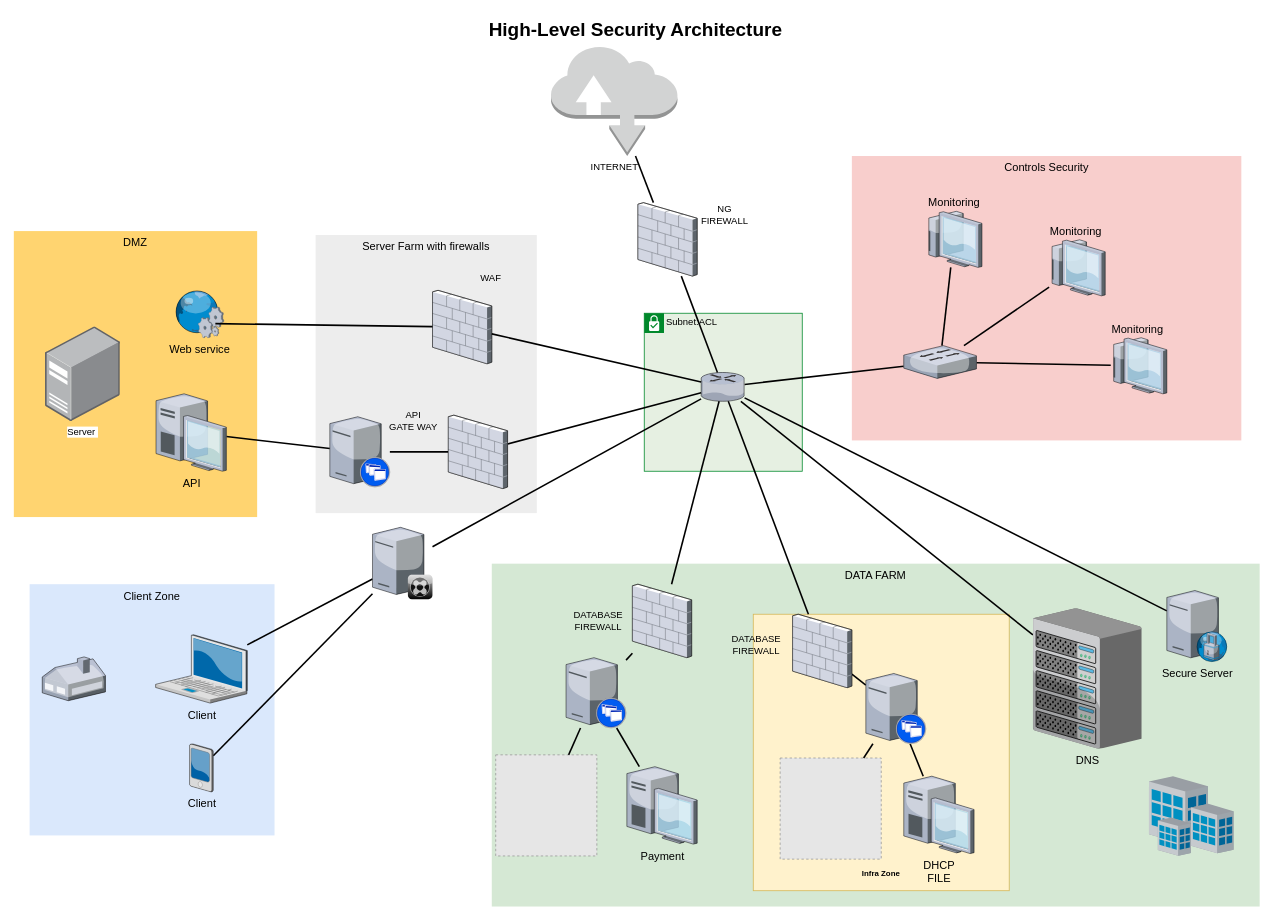
This is Biểu đồ không có tiêu đề.drawio from Sang-ATTN-UIT/High-Level-Security-Architecture-, a draw.io file, before an edit. Source tidied: cells renumbered, new cells numbered last; positions are measured from the earlier drawing's top-left corner, leaving out a move shared by most shapes. Both pictures are drawn from the tidied source at 79%, with x=0, y=0 at pixel (13, 13). Pictures stored in the file or linked from it are replaced by grey dashed boxes.
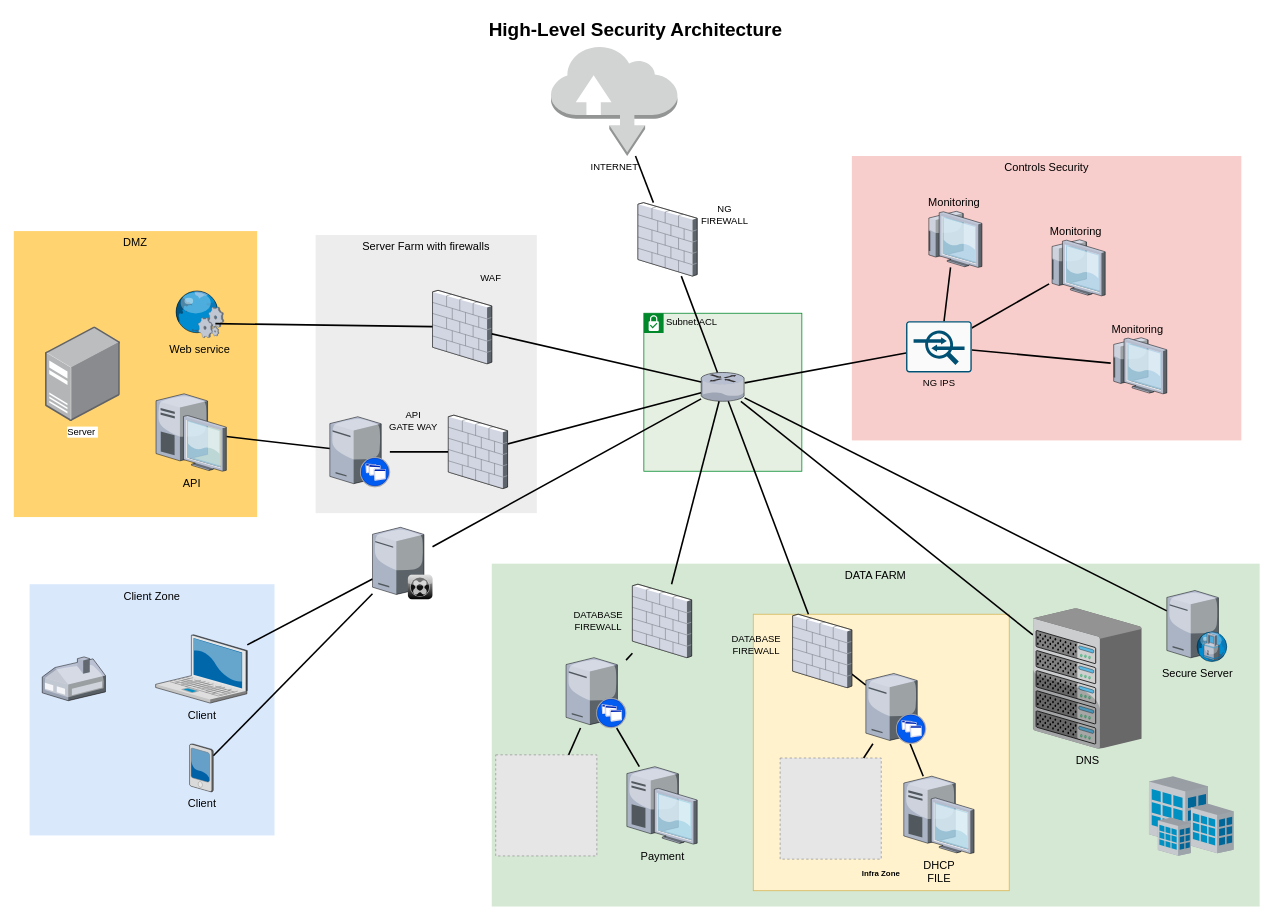
Above is the later version.

Commit message:
Chắc là Finall rồi

The change refers to these unchanged cells:
```xml
<mxCell id="25" style="verticalLabelPosition=bottom;html=1;verticalAlign=top;strokeColor=none;shape=mxgraph.citrix.router;fillColor=#66B2FF;gradientColor=#0066CC;fontSize=14;" parent="1" vertex="1">
  <mxGeometry x="870" y="454" width="55" height="36.5" as="geometry" />
</mxCell>
<mxCell id="39" value="Monitoring&amp;nbsp;" style="verticalLabelPosition=top;html=1;verticalAlign=bottom;strokeColor=none;shape=mxgraph.citrix.thin_client;fillColor=#66B2FF;gradientColor=#0066CC;fontSize=14;labelPosition=center;align=center;" parent="1" vertex="1">
  <mxGeometry x="1388.5" y="410" width="71" height="71" as="geometry" />
</mxCell>
<mxCell id="40" value="Monitoring&amp;nbsp;" style="verticalLabelPosition=top;html=1;verticalAlign=bottom;strokeColor=none;shape=mxgraph.citrix.thin_client;fillColor=#66B2FF;gradientColor=#0066CC;fontSize=14;labelPosition=center;align=center;" parent="1" vertex="1">
  <mxGeometry x="1310.5" y="286" width="71" height="71" as="geometry" />
</mxCell>
<mxCell id="41" value="Monitoring" style="verticalLabelPosition=top;html=1;verticalAlign=bottom;strokeColor=none;shape=mxgraph.citrix.thin_client;fillColor=#66B2FF;gradientColor=#0066CC;fontSize=14;labelPosition=center;align=center;" parent="1" vertex="1">
  <mxGeometry x="1154.5" y="250" width="71" height="71" as="geometry" />
</mxCell>
```

What changed in the source:
```diff
@@
     <mxCell id="4" value="Subnet:ACL" style="shape=mxgraph.ibm.box;prType=subnet;fontStyle=0;verticalAlign=top;align=left;spacingLeft=32;spacingTop=4;fillColor=#E6F0E2;rounded=0;whiteSpace=wrap;html=1;strokeColor=#00882B;strokeWidth=1;dashed=0;spacing=-4;" parent="1" vertex="1">
-      <mxGeometry x="798" y="379" width="200" height="200" as="geometry" />
+      <mxGeometry x="797.5" y="379" width="200" height="200" as="geometry" />
     </mxCell>
@@
-    <mxCell id="23" style="edgeStyle=none;rounded=0;html=1;startSize=10;endSize=10;jettySize=auto;fontSize=14;endArrow=none;endFill=0;strokeWidth=2;" parent="1" edge="1" source="25" target="38">
+    <mxCell id="23" style="edgeStyle=none;rounded=0;html=1;startSize=10;endSize=10;jettySize=auto;fontSize=14;endArrow=none;endFill=0;strokeWidth=2;" parent="1" edge="1" source="25" target="67">
       <mxGeometry relative="1" as="geometry" />
     </mxCell>
@@
-    <mxCell id="35" style="edgeStyle=none;rounded=0;html=1;startSize=10;endSize=10;jettySize=auto;fontSize=14;endArrow=none;endFill=0;strokeWidth=2;" parent="1" edge="1" source="38" target="41">
+    <mxCell id="35" style="edgeStyle=none;rounded=0;html=1;startSize=10;endSize=10;jettySize=auto;fontSize=14;endArrow=none;endFill=0;strokeWidth=2;exitX=0.537;exitY=0.436;exitDx=0;exitDy=0;exitPerimeter=0;" parent="1" edge="1" source="67" target="41">
       <mxGeometry relative="1" as="geometry" />
     </mxCell>
-    <mxCell id="36" style="edgeStyle=none;rounded=0;html=1;startSize=10;endSize=10;jettySize=auto;fontSize=14;endArrow=none;endFill=0;strokeWidth=2;" parent="1" edge="1" source="38" target="40">
+    <mxCell id="36" style="edgeStyle=none;rounded=0;html=1;startSize=10;endSize=10;jettySize=auto;fontSize=14;endArrow=none;endFill=0;strokeWidth=2;" parent="1" edge="1" source="67" target="40">
       <mxGeometry relative="1" as="geometry" />
     </mxCell>
-    <mxCell id="37" style="edgeStyle=none;rounded=0;html=1;startSize=10;endSize=10;jettySize=auto;fontSize=14;endArrow=none;endFill=0;strokeWidth=2;" parent="1" edge="1" source="38" target="39">
+    <mxCell id="37" style="edgeStyle=none;rounded=0;html=1;startSize=10;endSize=10;jettySize=auto;fontSize=14;endArrow=none;endFill=0;strokeWidth=2;" parent="1" edge="1" source="67" target="39">
       <mxGeometry relative="1" as="geometry" />
     </mxCell>
-    <mxCell id="38" style="verticalLabelPosition=bottom;html=1;verticalAlign=top;strokeColor=none;shape=mxgraph.citrix.switch;fillColor=#66B2FF;gradientColor=#0066CC;fontSize=14;" parent="1" vertex="1">
-      <mxGeometry x="1126.5" y="420" width="92" height="41.5" as="geometry" />
-    </mxCell>
@@
+    <mxCell id="67" value="NG&amp;nbsp;IPS" style="sketch=0;points=[[0.015,0.015,0],[0.985,0.015,0],[0.985,0.985,0],[0.015,0.985,0],[0.25,0,0],[0.5,0,0],[0.75,0,0],[1,0.25,0],[1,0.5,0],[1,0.75,0],[0.75,1,0],[0.5,1,0],[0.25,1,0],[0,0.75,0],[0,0.5,0],[0,0.25,0]];verticalLabelPosition=bottom;html=1;verticalAlign=top;align=center;shape=mxgraph.cisco19.rect;prIcon=ips_ids;fillColor=#FAFAFA;strokeColor=#005073;" parent="1" vertex="1">
+      <mxGeometry x="1129.4" y="389" width="83.2" height="65" as="geometry" />
+    </mxCell>
```
